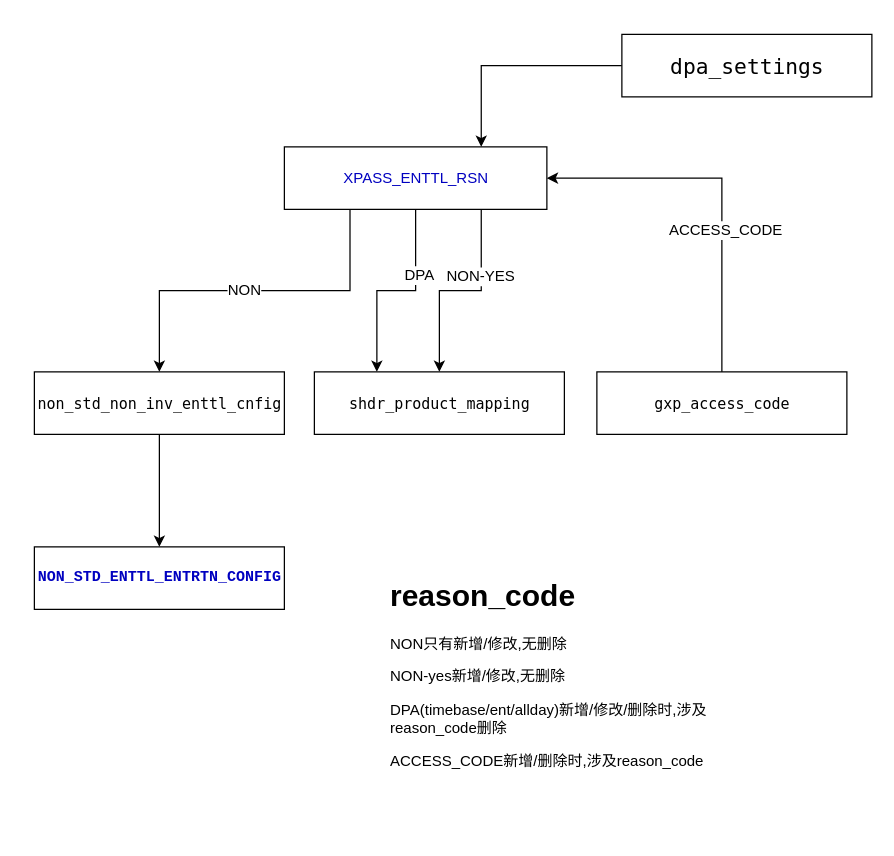
The draw.io diagram disney/reason_code.drawio in lixyu/draw, before the edit. Source tidied: cells renumbered, new cells numbered last; positions are measured from the earlier drawing's top-left corner, leaving out a move shared by most shapes. Both pictures are drawn from the tidied source at 125%, with x=0, y=0 at pixel (34, 34).
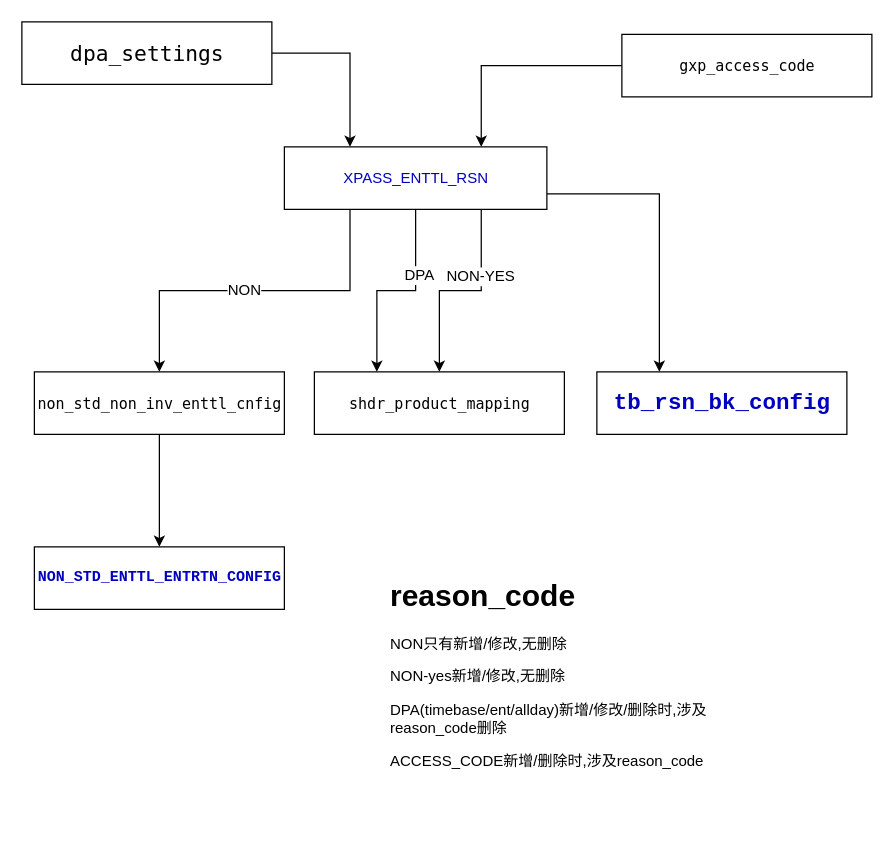
The same page after the edit.

What changed in the source:
```diff
@@
 <mxGraphModel>
   <root>
     <mxCell id="0" />
     <mxCell id="1" parent="0" />
     <mxCell id="2" style="edgeStyle=orthogonalEdgeStyle;rounded=0;jettySize=auto;html=1;exitX=0.25;exitY=1;exitDx=0;exitDy=0;fontSize=12;" parent="1" edge="1" source="8" target="11">
       <mxGeometry relative="1" as="geometry" />
     </mxCell>
     <mxCell id="3" value="NON" style="edgeLabel;html=1;align=center;verticalAlign=middle;fontSize=12;" parent="2" vertex="1">
       <mxGeometry x="0.06" y="-1" relative="1" as="geometry" />
     </mxCell>
     <mxCell id="4" style="edgeStyle=orthogonalEdgeStyle;rounded=0;jettySize=auto;html=1;exitX=0.5;exitY=1;exitDx=0;exitDy=0;entryX=0.25;entryY=0;entryDx=0;entryDy=0;fontSize=12;" parent="1" edge="1" source="8" target="12">
       <mxGeometry relative="1" as="geometry" />
     </mxCell>
     <mxCell id="5" value="DPA" style="edgeLabel;html=1;align=center;verticalAlign=middle;fontSize=12;" parent="4" vertex="1">
       <mxGeometry x="-0.35" y="2" relative="1" as="geometry" />
     </mxCell>
     <mxCell id="6" style="edgeStyle=orthogonalEdgeStyle;rounded=0;jettySize=auto;html=1;exitX=0.75;exitY=1;exitDx=0;exitDy=0;entryX=0.5;entryY=0;entryDx=0;entryDy=0;fontSize=12;" parent="1" edge="1" source="8" target="12">
       <mxGeometry relative="1" as="geometry" />
     </mxCell>
     <mxCell id="7" value="NON-YES" style="edgeLabel;html=1;align=center;verticalAlign=middle;fontSize=12;" parent="6" vertex="1">
       <mxGeometry x="-0.35" y="-1" relative="1" as="geometry" />
     </mxCell>
+    <mxCell id="19" style="edgeStyle=orthogonalEdgeStyle;rounded=0;jettySize=auto;html=1;exitX=1;exitY=0.75;exitDx=0;exitDy=0;entryX=0.25;entryY=0;entryDx=0;entryDy=0;" parent="1" edge="1" source="8" target="20">
+      <mxGeometry relative="1" as="geometry" />
+    </mxCell>
     <mxCell id="8" value="&lt;p style=&quot;background-color: rgb(255 , 255 , 255) ; color: rgb(51 , 51 , 51)&quot;&gt;&lt;span style=&quot;color: rgb(0 , 0 , 192)&quot;&gt;&lt;font style=&quot;font-size: 12px&quot;&gt;XPASS_ENTTL_RSN&lt;/font&gt;&lt;/span&gt;&lt;/p&gt;" style="html=1;" parent="1" vertex="1">
       <mxGeometry x="200" y="90" width="210" height="50" as="geometry" />
     </mxCell>
     <mxCell id="9" value="&lt;pre style=&quot;background-color: rgb(255 , 255 , 255) ; color: rgb(51 , 51 , 51)&quot;&gt;&lt;span style=&quot;color: rgb(0 , 0 , 192) ; font-weight: bold&quot;&gt;&lt;font style=&quot;font-size: 12px&quot;&gt;NON_STD_ENTTL_ENTRTN_CONFIG&lt;/font&gt;&lt;/span&gt;&lt;/pre&gt;" style="html=1;" parent="1" vertex="1">
       <mxGeometry y="410" width="200" height="50" as="geometry" />
     </mxCell>
     <mxCell id="10" style="edgeStyle=orthogonalEdgeStyle;rounded=0;jettySize=auto;html=1;exitX=0.5;exitY=1;exitDx=0;exitDy=0;fontSize=12;" parent="1" edge="1" source="11" target="9">
       <mxGeometry relative="1" as="geometry" />
     </mxCell>
     <mxCell id="11" value="&lt;pre style=&quot;background-color: rgb(255 , 255 , 255) ; color: rgb(51 , 51 , 51)&quot;&gt;&lt;p class=&quot;p1&quot; style=&quot;margin: 0px ; font-stretch: normal ; line-height: normal ; font-family: &amp;#34;menlo&amp;#34; ; color: rgb(0 , 0 , 0)&quot;&gt;non_std_non_inv_enttl_cnfig&lt;/p&gt;&lt;/pre&gt;" style="html=1;" parent="1" vertex="1">
       <mxGeometry y="270" width="200" height="50" as="geometry" />
     </mxCell>
     <mxCell id="12" value="&lt;pre style=&quot;background-color: rgb(255 , 255 , 255) ; color: rgb(51 , 51 , 51)&quot;&gt;&lt;p class=&quot;p1&quot; style=&quot;margin: 0px ; font-stretch: normal ; line-height: normal ; font-family: &amp;#34;menlo&amp;#34; ; color: rgb(0 , 0 , 0)&quot;&gt;shdr_product_mapping&lt;/p&gt;&lt;/pre&gt;" style="html=1;" parent="1" vertex="1">
       <mxGeometry x="224" y="270" width="200" height="50" as="geometry" />
     </mxCell>
-    <mxCell id="13" style="edgeStyle=orthogonalEdgeStyle;rounded=0;jettySize=auto;html=1;exitX=0.5;exitY=0;exitDx=0;exitDy=0;entryX=1;entryY=0.5;entryDx=0;entryDy=0;fontSize=12;" parent="1" edge="1" source="15" target="8">
+    <mxCell id="13" style="edgeStyle=orthogonalEdgeStyle;rounded=0;jettySize=auto;html=1;exitX=0;exitY=0.5;exitDx=0;exitDy=0;entryX=0.75;entryY=0;entryDx=0;entryDy=0;" parent="1" edge="1" source="15" target="8">
       <mxGeometry relative="1" as="geometry" />
     </mxCell>
-    <mxCell id="14" value="ACCESS_CODE" style="edgeLabel;html=1;align=center;verticalAlign=middle;fontSize=12;" parent="13" vertex="1">
-      <mxGeometry x="-0.23" y="-2" relative="1" as="geometry" />
-    </mxCell>
     <mxCell id="15" value="&lt;pre style=&quot;background-color: rgb(255 , 255 , 255) ; color: rgb(51 , 51 , 51)&quot;&gt;&lt;p class=&quot;p1&quot; style=&quot;margin: 0px ; font-stretch: normal ; line-height: normal ; font-family: &amp;#34;menlo&amp;#34; ; color: rgb(0 , 0 , 0)&quot;&gt;gxp_access_code&lt;/p&gt;&lt;/pre&gt;" style="html=1;" parent="1" vertex="1">
-      <mxGeometry x="450" y="270" width="200" height="50" as="geometry" />
+      <mxGeometry x="470" width="200" height="50" as="geometry" />
     </mxCell>
     <mxCell id="16" value="&lt;h1&gt;reason_code&lt;/h1&gt;&lt;p&gt;NON只有新增/修改,无删除&lt;/p&gt;&lt;p&gt;NON-yes新增/修改,无删除&lt;br&gt;&lt;/p&gt;&lt;p&gt;DPA(timebase/ent/allday)新增/修改/删除时,涉及reason_code删除&lt;/p&gt;&lt;p&gt;ACCESS_CODE新增/删除时,涉及reason_code&lt;/p&gt;&lt;p&gt;&lt;br&gt;&lt;/p&gt;" style="text;html=1;strokeColor=none;fillColor=none;spacing=5;spacingTop=-20;whiteSpace=wrap;overflow=hidden;rounded=0;fontSize=12;" parent="1" vertex="1">
       <mxGeometry x="280" y="430" width="290" height="210" as="geometry" />
     </mxCell>
-    <mxCell id="17" style="edgeStyle=orthogonalEdgeStyle;rounded=0;jettySize=auto;html=1;exitX=0;exitY=0.5;exitDx=0;exitDy=0;entryX=0.75;entryY=0;entryDx=0;entryDy=0;fontSize=12;" parent="1" edge="1" source="18" target="8">
+    <mxCell id="17" style="edgeStyle=orthogonalEdgeStyle;rounded=0;jettySize=auto;html=1;exitX=1;exitY=0.5;exitDx=0;exitDy=0;entryX=0.25;entryY=0;entryDx=0;entryDy=0;" parent="1" edge="1" source="18" target="8">
       <mxGeometry relative="1" as="geometry" />
     </mxCell>
     <mxCell id="18" value="&lt;pre style=&quot;background-color: rgb(255 , 255 , 255) ; color: rgb(51 , 51 , 51)&quot;&gt;&lt;p class=&quot;p1&quot; style=&quot;margin: 0px ; font-stretch: normal ; font-size: 17px ; line-height: normal ; font-family: &amp;#34;menlo&amp;#34; ; color: rgb(0 , 0 , 0)&quot;&gt;dpa_settings&lt;/p&gt;&lt;/pre&gt;" style="html=1;" parent="1" vertex="1">
-      <mxGeometry x="470" width="200" height="50" as="geometry" />
+      <mxGeometry x="-10" y="-10" width="200" height="50" as="geometry" />
     </mxCell>
+    <mxCell id="20" value="&lt;pre style=&quot;background-color: rgb(255 , 255 , 255) ; color: rgb(51 , 51 , 51)&quot;&gt;&lt;pre style=&quot;font-family: , monospace ; font-size: 13.5pt&quot;&gt;&lt;span style=&quot;color: #0000c0 ; font-weight: bold&quot;&gt;tb_rsn_bk_config&lt;/span&gt;&lt;/pre&gt;&lt;/pre&gt;" style="html=1;" parent="1" vertex="1">
+      <mxGeometry x="450" y="270" width="200" height="50" as="geometry" />
+    </mxCell>
   </root>
 </mxGraphModel>
```
